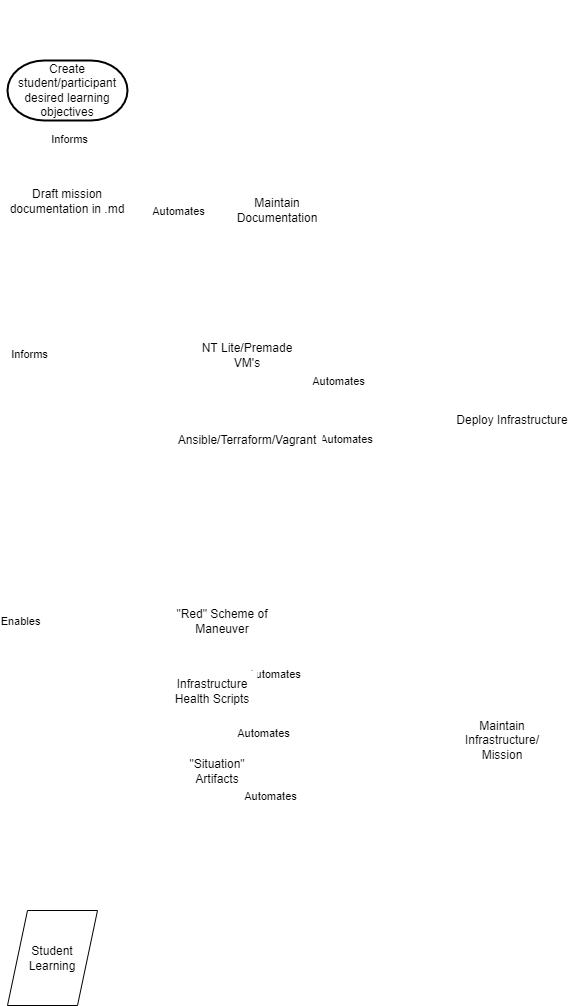
Before: workflow.drawio.png, a diagram exported from draw.io (blue-armory/erik). Source tidied: cells renumbered, new cells last; positions are measured from the earlier drawing's top-left corner, leaving out a move shared by most shapes.
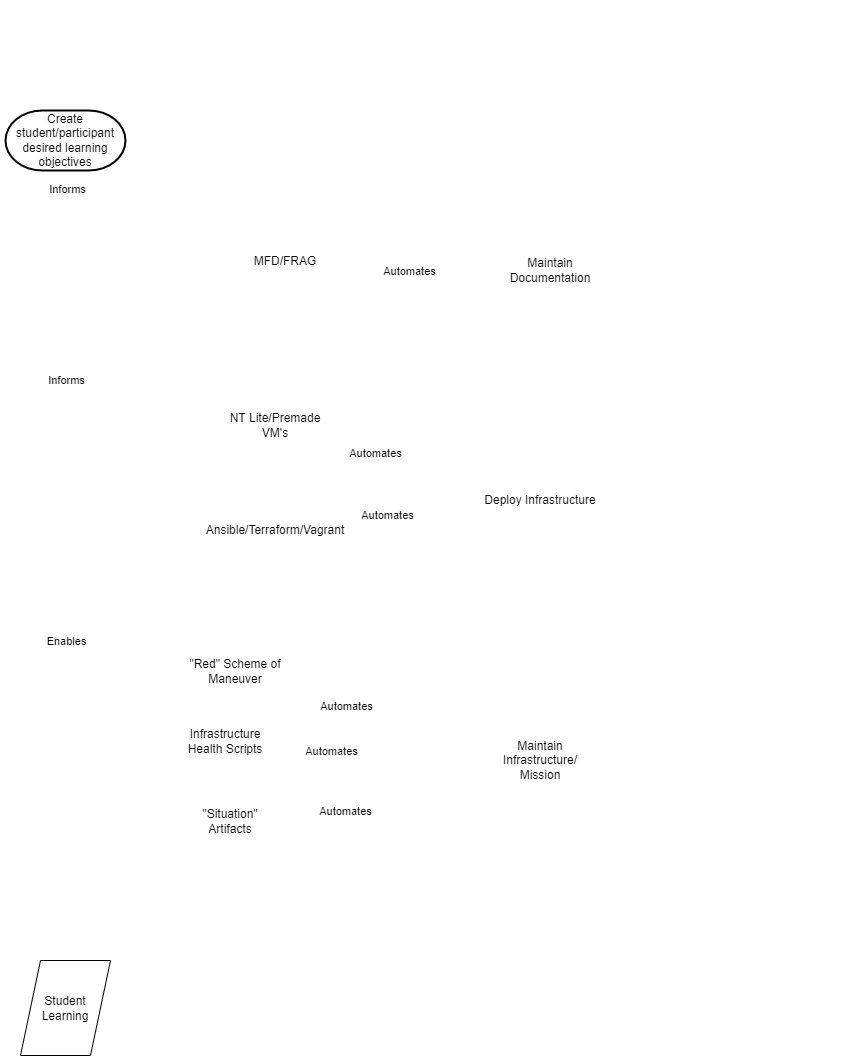
Later version of the same file.

Commit message:
refined workflow

The edit, as a diff of the source:
```diff
@@ -3,14 +3,14 @@
     <mxCell id="0" />
     <mxCell id="1" parent="0" />
     <mxCell id="2" value="&lt;u&gt;&lt;font color=&quot;#ffffff&quot;&gt;1. Building New Mission&lt;/font&gt;&lt;/u&gt;" style="text;html=1;strokeColor=none;fillColor=none;align=center;verticalAlign=middle;whiteSpace=wrap;rounded=0;" parent="1" vertex="1">
-      <mxGeometry x="5" width="130" height="30" as="geometry" />
+      <mxGeometry x="270" y="-50" width="130" height="30" as="geometry" />
     </mxCell>
-    <mxCell id="3" style="edgeStyle=none;html=1;strokeColor=#FFFFFF;entryX=0.5;entryY=0;entryDx=0;entryDy=0;" parent="1" edge="1" source="7" target="31">
+    <mxCell id="3" style="edgeStyle=none;html=1;strokeColor=#FFFFFF;entryX=0.5;entryY=0;entryDx=0;entryDy=0;exitX=0.5;exitY=1;exitDx=0;exitDy=0;" parent="1" edge="1" source="35" target="31">
       <mxGeometry relative="1" as="geometry" />
     </mxCell>
     <mxCell id="4" value="Informs" style="edgeLabel;html=1;align=center;verticalAlign=middle;" parent="3" vertex="1">
       <mxGeometry x="0.41" relative="1" as="geometry">
-        <mxPoint x="-27" as="offset" />
+        <mxPoint y="-24" as="offset" />
       </mxGeometry>
     </mxCell>
     <mxCell id="5" style="edgeStyle=none;html=1;entryX=0;entryY=0.5;entryDx=0;entryDy=0;strokeColor=#FFFFFF;" parent="1" edge="1" source="7" target="22">
@@ -21,41 +21,41 @@
         <mxPoint x="25" y="-2" as="offset" />
       </mxGeometry>
     </mxCell>
-    <mxCell id="7" value="&lt;font color=&quot;#000000&quot;&gt;Draft mission documentation in .md&lt;/font&gt;" style="shape=document;whiteSpace=wrap;html=1;boundedLbl=1;fontFamily=Helvetica;fontSize=12;fontColor=default;align=center;strokeColor=none;fillColor=#FFFFFF;" parent="1" vertex="1">
-      <mxGeometry x="5" y="180" width="120" height="60" as="geometry" />
+    <mxCell id="7" value="&lt;font color=&quot;#000000&quot;&gt;MFD/FRAG&lt;/font&gt;" style="shape=document;whiteSpace=wrap;html=1;boundedLbl=1;fontFamily=Helvetica;fontSize=12;fontColor=default;align=center;strokeColor=none;fillColor=#FFFFFF;" parent="1" vertex="1">
+      <mxGeometry x="210" y="190" width="120" height="60" as="geometry" />
     </mxCell>
     <mxCell id="8" style="edgeStyle=none;html=1;entryX=0.5;entryY=0;entryDx=0;entryDy=0;strokeColor=#FFFFFF;exitX=0.5;exitY=1;exitDx=0;exitDy=0;" parent="1" edge="1" source="31" target="24">
       <mxGeometry relative="1" as="geometry" />
     </mxCell>
     <mxCell id="9" value="Enables" style="edgeLabel;html=1;align=center;verticalAlign=middle;" parent="8" vertex="1">
       <mxGeometry x="0.54" y="-1" relative="1" as="geometry">
-        <mxPoint x="-32" y="-1" as="offset" />
+        <mxPoint x="1" y="-31" as="offset" />
       </mxGeometry>
     </mxCell>
-    <mxCell id="10" style="edgeStyle=none;html=1;entryX=0.5;entryY=0;entryDx=0;entryDy=0;strokeColor=#FFFFFF;exitX=0.5;exitY=0.88;exitDx=0;exitDy=0;exitPerimeter=0;" parent="1" edge="1" source="12" target="20">
+    <mxCell id="10" style="edgeStyle=none;html=1;entryX=0;entryY=0.5;entryDx=0;entryDy=0;strokeColor=#FFFFFF;exitX=0.867;exitY=0.375;exitDx=0;exitDy=0;exitPerimeter=0;" parent="1" edge="1" source="12" target="20">
       <mxGeometry relative="1" as="geometry" />
     </mxCell>
     <mxCell id="11" value="Automates" style="edgeLabel;html=1;align=center;verticalAlign=middle;" parent="10" vertex="1">
       <mxGeometry x="-0.26" y="-2" relative="1" as="geometry" />
     </mxCell>
     <mxCell id="12" value="&lt;font color=&quot;#000000&quot;&gt;Ansible/Terraform/Vagrant&lt;/font&gt;" style="strokeWidth=2;html=1;shape=mxgraph.flowchart.multi-document;whiteSpace=wrap;fontFamily=Helvetica;fontSize=12;fontColor=default;align=center;strokeColor=none;fillColor=#FFFFFF;" parent="1" vertex="1">
-      <mxGeometry x="170" y="400" width="150" height="80" as="geometry" />
+      <mxGeometry x="185" y="440" width="150" height="80" as="geometry" />
     </mxCell>
-    <mxCell id="13" style="edgeStyle=none;html=1;entryX=0.5;entryY=0;entryDx=0;entryDy=0;strokeColor=#FFFFFF;" parent="1" edge="1" source="15" target="7">
+    <mxCell id="13" style="edgeStyle=none;html=1;entryX=0.5;entryY=0;entryDx=0;entryDy=0;strokeColor=#FFFFFF;" parent="1" edge="1" source="15" target="35">
       <mxGeometry relative="1" as="geometry" />
     </mxCell>
     <mxCell id="14" value="Informs" style="edgeLabel;html=1;align=center;verticalAlign=middle;" parent="13" vertex="1">
       <mxGeometry x="-0.37" y="1" relative="1" as="geometry" />
     </mxCell>
     <mxCell id="15" value="Create student/participant desired learning objectives" style="strokeWidth=2;html=1;shape=mxgraph.flowchart.terminator;whiteSpace=wrap;fontFamily=Helvetica;fontSize=12;fontColor=default;align=center;strokeColor=default;fillColor=default;" parent="1" vertex="1">
-      <mxGeometry x="5" y="60" width="120" height="60" as="geometry" />
+      <mxGeometry x="-10" y="60" width="120" height="60" as="geometry" />
     </mxCell>
-    <mxCell id="16" style="edgeStyle=none;html=1;entryX=0.5;entryY=0;entryDx=0;entryDy=0;strokeColor=#FFFFFF;exitX=0.512;exitY=0.897;exitDx=0;exitDy=0;exitPerimeter=0;" parent="1" edge="1" source="19" target="21">
+    <mxCell id="16" style="edgeStyle=none;html=1;entryX=0;entryY=0.5;entryDx=0;entryDy=0;strokeColor=#FFFFFF;exitX=1;exitY=0.5;exitDx=0;exitDy=0;" parent="1" edge="1" source="19" target="21">
       <mxGeometry relative="1" as="geometry" />
     </mxCell>
     <mxCell id="17" value="Automates" style="edgeLabel;html=1;align=center;verticalAlign=middle;" parent="16" vertex="1">
       <mxGeometry x="-0.63" y="2" relative="1" as="geometry">
-        <mxPoint x="-2" y="13" as="offset" />
+        <mxPoint x="22" y="13" as="offset" />
       </mxGeometry>
     </mxCell>
     <mxCell id="18" style="edgeStyle=none;html=1;entryX=0.5;entryY=0;entryDx=0;entryDy=0;strokeColor=#FFFFFF;exitX=0.5;exitY=1;exitDx=0;exitDy=0;" parent="1" edge="1" source="24" target="23">
@@ -65,13 +65,13 @@
       <mxGeometry x="170" y="600" width="100" height="60" as="geometry" />
     </mxCell>
     <mxCell id="20" value="&lt;font color=&quot;#000000&quot;&gt;Deploy Infrastructure&lt;/font&gt;" style="shape=parallelogram;perimeter=parallelogramPerimeter;whiteSpace=wrap;html=1;fixedSize=1;fontFamily=Helvetica;fontSize=12;fontColor=default;align=center;strokeColor=none;fillColor=#FFFFFF;" parent="1" vertex="1">
-      <mxGeometry x="440" y="380" width="140" height="80" as="geometry" />
+      <mxGeometry x="455" y="410" width="140" height="80" as="geometry" />
     </mxCell>
     <mxCell id="21" value="&lt;font color=&quot;#000000&quot;&gt;Maintain Infrastructure/ Mission&lt;/font&gt;" style="shape=parallelogram;perimeter=parallelogramPerimeter;whiteSpace=wrap;html=1;fixedSize=1;fontFamily=Helvetica;fontSize=12;fontColor=default;align=center;strokeColor=none;fillColor=#FFFFFF;" parent="1" vertex="1">
-      <mxGeometry x="440" y="700" width="120" height="80" as="geometry" />
+      <mxGeometry x="465" y="670" width="120" height="80" as="geometry" />
     </mxCell>
     <mxCell id="22" value="&lt;font color=&quot;#000000&quot;&gt;Maintain Documentation&lt;/font&gt;" style="shape=parallelogram;perimeter=parallelogramPerimeter;whiteSpace=wrap;html=1;fixedSize=1;fontFamily=Helvetica;fontSize=12;fontColor=default;align=center;strokeColor=none;fillColor=#FFFFFF;" parent="1" vertex="1">
-      <mxGeometry x="215" y="170" width="120" height="80" as="geometry" />
+      <mxGeometry x="475" y="180" width="120" height="80" as="geometry" />
     </mxCell>
     <mxCell id="23" value="Student Learning" style="shape=parallelogram;perimeter=parallelogramPerimeter;whiteSpace=wrap;html=1;fixedSize=1;fontFamily=Helvetica;fontSize=12;fontColor=default;align=center;strokeColor=default;fillColor=default;" parent="1" vertex="1">
       <mxGeometry x="5" y="910" width="90" height="95" as="geometry" />
@@ -85,33 +85,48 @@
     <mxCell id="26" value="&lt;font color=&quot;#000000&quot;&gt;&quot;Situation&quot; Artifacts&lt;/font&gt;" style="shape=document;whiteSpace=wrap;html=1;boundedLbl=1;fontFamily=Helvetica;fontSize=12;fontColor=default;align=center;strokeColor=none;fillColor=#FFFFFF;" parent="1" vertex="1">
       <mxGeometry x="170" y="750" width="90" height="60" as="geometry" />
     </mxCell>
-    <mxCell id="27" style="edgeStyle=none;html=1;entryX=0.5;entryY=0;entryDx=0;entryDy=0;strokeColor=#FFFFFF;exitX=0.489;exitY=0.935;exitDx=0;exitDy=0;exitPerimeter=0;" parent="1" edge="1" source="25" target="21">
+    <mxCell id="27" style="edgeStyle=none;html=1;entryX=0;entryY=0.5;entryDx=0;entryDy=0;strokeColor=#FFFFFF;exitX=1;exitY=0.5;exitDx=0;exitDy=0;" parent="1" edge="1" source="25" target="21">
       <mxGeometry relative="1" as="geometry" />
     </mxCell>
     <mxCell id="28" value="Automates" style="edgeLabel;html=1;align=center;verticalAlign=middle;" parent="27" vertex="1">
       <mxGeometry x="-0.63" y="2" relative="1" as="geometry">
-        <mxPoint x="-2" y="13" as="offset" />
+        <mxPoint x="19" as="offset" />
       </mxGeometry>
     </mxCell>
-    <mxCell id="29" style="edgeStyle=none;html=1;entryX=0.5;entryY=0;entryDx=0;entryDy=0;strokeColor=#FFFFFF;exitX=0.52;exitY=0.884;exitDx=0;exitDy=0;exitPerimeter=0;" parent="1" edge="1" source="26" target="21">
+    <mxCell id="29" style="edgeStyle=none;html=1;entryX=0;entryY=0.5;entryDx=0;entryDy=0;strokeColor=#FFFFFF;exitX=1;exitY=0.5;exitDx=0;exitDy=0;" parent="1" edge="1" source="26" target="21">
       <mxGeometry relative="1" as="geometry" />
     </mxCell>
     <mxCell id="30" value="Automates" style="edgeLabel;html=1;align=center;verticalAlign=middle;" parent="29" vertex="1">
       <mxGeometry x="-0.63" y="2" relative="1" as="geometry">
-        <mxPoint x="-2" y="13" as="offset" />
+        <mxPoint x="31" y="-5" as="offset" />
       </mxGeometry>
     </mxCell>
     <mxCell id="31" value="&lt;font color=&quot;#ffffff&quot;&gt;Build Infrastructure&lt;/font&gt;" style="verticalLabelPosition=bottom;verticalAlign=top;html=1;shape=process;whiteSpace=wrap;rounded=1;size=0.14;arcSize=6;shadow=0;strokeColor=#FFFFFF;fontColor=#000000;fillColor=none;" parent="1" vertex="1">
       <mxGeometry y="400" width="100" height="60" as="geometry" />
     </mxCell>
     <mxCell id="32" value="&lt;font color=&quot;#000000&quot;&gt;NT Lite/Premade VM's&lt;/font&gt;" style="strokeWidth=2;html=1;shape=mxgraph.flowchart.multi-document;whiteSpace=wrap;fontFamily=Helvetica;fontSize=12;fontColor=default;align=center;strokeColor=none;fillColor=#FFFFFF;" parent="1" vertex="1">
-      <mxGeometry x="195" y="330" width="100" height="50" as="geometry" />
+      <mxGeometry x="210" y="350" width="100" height="50" as="geometry" />
     </mxCell>
-    <mxCell id="33" style="edgeStyle=none;html=1;entryX=0.5;entryY=0;entryDx=0;entryDy=0;strokeColor=#FFFFFF;exitX=0.379;exitY=0.953;exitDx=0;exitDy=0;exitPerimeter=0;" parent="1" edge="1" source="32" target="20">
+    <mxCell id="33" style="edgeStyle=none;html=1;entryX=0;entryY=0.5;entryDx=0;entryDy=0;strokeColor=#FFFFFF;exitX=0.88;exitY=0.435;exitDx=0;exitDy=0;exitPerimeter=0;" parent="1" edge="1" source="32" target="20">
       <mxGeometry relative="1" as="geometry" />
     </mxCell>
     <mxCell id="34" value="Automates" style="edgeLabel;html=1;align=center;verticalAlign=middle;" parent="33" vertex="1">
       <mxGeometry x="-0.26" y="-2" relative="1" as="geometry" />
     </mxCell>
+    <mxCell id="35" value="&lt;font color=&quot;#ffffff&quot;&gt;Draft Mission Documentation&lt;/font&gt;" style="verticalLabelPosition=bottom;verticalAlign=top;html=1;shape=process;whiteSpace=wrap;rounded=1;size=0.14;arcSize=6;shadow=0;strokeColor=#FFFFFF;fontColor=#000000;fillColor=none;" parent="1" vertex="1">
+      <mxGeometry y="180" width="100" height="60" as="geometry" />
+    </mxCell>
+    <mxCell id="36" value="&lt;u&gt;&lt;font color=&quot;#ffffff&quot;&gt;Processes&lt;/font&gt;&lt;/u&gt;" style="text;html=1;strokeColor=none;fillColor=none;align=center;verticalAlign=middle;whiteSpace=wrap;rounded=0;" parent="1" vertex="1">
+      <mxGeometry x="-15" width="130" height="30" as="geometry" />
+    </mxCell>
+    <mxCell id="37" value="&lt;font color=&quot;#ffffff&quot;&gt;&lt;u&gt;Artifacts&lt;/u&gt;&lt;/font&gt;" style="text;html=1;strokeColor=none;fillColor=none;align=center;verticalAlign=middle;whiteSpace=wrap;rounded=0;" parent="1" vertex="1">
+      <mxGeometry x="195" width="130" height="30" as="geometry" />
+    </mxCell>
+    <mxCell id="38" value="&lt;font color=&quot;#ffffff&quot;&gt;&lt;u&gt;Goals&lt;/u&gt;&lt;/font&gt;" style="text;html=1;strokeColor=none;fillColor=none;align=center;verticalAlign=middle;whiteSpace=wrap;rounded=0;" parent="1" vertex="1">
+      <mxGeometry x="485" width="130" height="30" as="geometry" />
+    </mxCell>
+    <mxCell id="39" value="&lt;font color=&quot;#ffffff&quot;&gt;&lt;u&gt;Technology&lt;/u&gt;&lt;/font&gt;" style="text;html=1;strokeColor=none;fillColor=none;align=center;verticalAlign=middle;whiteSpace=wrap;rounded=0;" parent="1" vertex="1">
+      <mxGeometry x="715" width="130" height="30" as="geometry" />
+    </mxCell>
   </root>
 </mxGraphModel>
```
